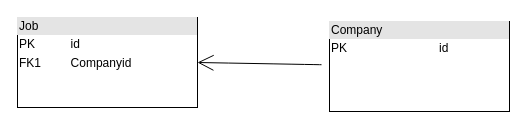
Before: page "ERD" (3 of 3) of diagrams/Diagram.drawio in vadzimk/bas, a draw.io diagram. Source tidied: cells renumbered, new cells numbered last; positions are measured from the earlier drawing's top-left corner, leaving out a move shared by most shapes. Both pictures are drawn from the tidied source at 100%, with x=0, y=0 at pixel (17, 17).
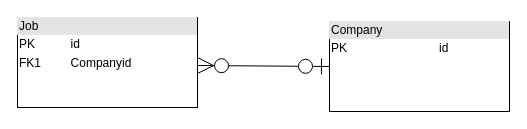
After the change.

What changed in the source:
```diff
@@
 <mxGraphModel>
   <root>
     <mxCell id="0" />
     <mxCell id="1" parent="0" />
     <mxCell id="2" value="&lt;div style=&quot;box-sizing:border-box;width:100%;background:#e4e4e4;padding:2px;&quot;&gt;Job&lt;/div&gt;&lt;table style=&quot;width:100%;font-size:1em;&quot; cellpadding=&quot;2&quot; cellspacing=&quot;0&quot;&gt;&lt;tbody&gt;&lt;tr&gt;&lt;td&gt;PK&lt;/td&gt;&lt;td&gt;id&lt;/td&gt;&lt;/tr&gt;&lt;tr&gt;&lt;td&gt;FK1&lt;/td&gt;&lt;td&gt;Companyid&lt;/td&gt;&lt;/tr&gt;&lt;tr&gt;&lt;td&gt;&lt;/td&gt;&lt;td&gt;&lt;br&gt;&lt;/td&gt;&lt;/tr&gt;&lt;/tbody&gt;&lt;/table&gt;" style="verticalAlign=top;align=left;overflow=fill;html=1;hachureGap=4;" parent="1" vertex="1">
       <mxGeometry width="180" height="90" as="geometry" />
     </mxCell>
-    <mxCell id="3" style="edgeStyle=none;curved=1;rounded=0;jettySize=auto;html=1;entryX=1;entryY=0.5;entryDx=0;entryDy=0;endArrow=open;startSize=14;endSize=14;sourcePerimeterSpacing=8;targetPerimeterSpacing=8;" parent="1" edge="1" source="4" target="2">
-      <mxGeometry relative="1" as="geometry" />
-    </mxCell>
     <mxCell id="4" value="&lt;div style=&quot;box-sizing:border-box;width:100%;background:#e4e4e4;padding:2px;&quot;&gt;Company&lt;/div&gt;&lt;table style=&quot;width:100%;font-size:1em;&quot; cellpadding=&quot;2&quot; cellspacing=&quot;0&quot;&gt;&lt;tbody&gt;&lt;tr&gt;&lt;td&gt;PK&lt;/td&gt;&lt;td&gt;id&lt;/td&gt;&lt;/tr&gt;&lt;tr&gt;&lt;td&gt;&lt;br&gt;&lt;/td&gt;&lt;td&gt;&lt;br&gt;&lt;/td&gt;&lt;/tr&gt;&lt;tr&gt;&lt;td&gt;&lt;/td&gt;&lt;td&gt;&lt;br&gt;&lt;/td&gt;&lt;/tr&gt;&lt;/tbody&gt;&lt;/table&gt;" style="verticalAlign=top;align=left;overflow=fill;html=1;hachureGap=4;" parent="1" vertex="1">
       <mxGeometry x="312" y="4" width="180" height="90" as="geometry" />
     </mxCell>
+    <mxCell id="5" style="fontSize=12;html=1;endArrow=ERzeroToMany;startArrow=ERzeroToOne;rounded=0;startSize=14;endSize=14;sourcePerimeterSpacing=8;targetPerimeterSpacing=8;exitX=0;exitY=0.5;exitDx=0;exitDy=0;" parent="1" edge="1" source="4">
+      <mxGeometry relative="1" as="geometry">
+        <mxPoint x="180" y="48" as="targetPoint" />
+      </mxGeometry>
+    </mxCell>
   </root>
 </mxGraphModel>
```
